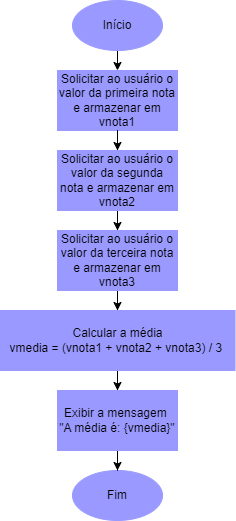
Yasminnovaisvieira/PBE-1DS-TB-ATIVIDADES keeps this draw.io diagram as Fuxogramas - 19_02_2025/Exercício 8 (OK).drawio.png. Above is the earlier version. Source tidied: cells renumbered, new cells last; positions are measured from the earlier drawing's top-left corner, leaving out a move shared by most shapes.
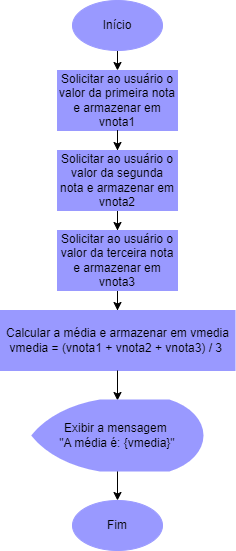
Above is the later version.

What changed in the source:
```diff
@@ -23,7 +23,7 @@
       <mxGeometry x="57" y="230" width="120" height="60" as="geometry" />
     </mxCell>
     <mxCell id="8" value="Fim" style="ellipse;whiteSpace=wrap;html=1;fillColor=#9999FF;strokeColor=light-dark(#9999FF,#FFFFFF);" parent="1" vertex="1">
-      <mxGeometry x="72" y="470" width="90" height="50" as="geometry" />
+      <mxGeometry x="72" y="500" width="90" height="50" as="geometry" />
     </mxCell>
     <mxCell id="9" style="edgeStyle=orthogonalEdgeStyle;rounded=0;jettySize=auto;html=1;" parent="1" edge="1" source="5" target="10">
       <mxGeometry relative="1" as="geometry" />
@@ -31,17 +31,17 @@
     <mxCell id="10" value="Solicitar ao usuário o valor da segunda nota e armazenar em vnota2" style="whiteSpace=wrap;html=1;fillColor=#9999FF;strokeColor=light-dark(#9999FF,#FFFFFF);" parent="1" vertex="1">
       <mxGeometry x="57" y="150" width="120" height="60" as="geometry" />
     </mxCell>
+    <mxCell id="12" value="Calcular a média e armazenar em vmedia&lt;div&gt;vmedia = (vnota1 + vnota2 + vnota3) / 3&amp;nbsp;&lt;/div&gt;" style="whiteSpace=wrap;html=1;fillColor=#9999FF;strokeColor=light-dark(#9999FF,#FFFFFF);" parent="1" vertex="1">
+      <mxGeometry x="-0.5" y="310" width="235" height="60" as="geometry" />
+    </mxCell>
     <mxCell id="11" style="edgeStyle=orthogonalEdgeStyle;rounded=0;jettySize=auto;html=1;" parent="1" edge="1" source="12" target="14">
       <mxGeometry relative="1" as="geometry" />
     </mxCell>
-    <mxCell id="12" value="Calcular a média&lt;div&gt;vmedia = (vnota1 + vnota2 + vnota3) / 3&amp;nbsp;&lt;/div&gt;" style="whiteSpace=wrap;html=1;fillColor=#9999FF;strokeColor=light-dark(#9999FF,#FFFFFF);" parent="1" vertex="1">
-      <mxGeometry x="-0.5" y="310" width="235" height="60" as="geometry" />
-    </mxCell>
     <mxCell id="13" style="edgeStyle=orthogonalEdgeStyle;rounded=0;jettySize=auto;html=1;" parent="1" edge="1" source="14" target="8">
       <mxGeometry relative="1" as="geometry" />
     </mxCell>
-    <mxCell id="14" value="Exibir a mensagem&amp;nbsp;&lt;div&gt;&quot;A média é: {vmedia}&quot;&lt;/div&gt;" style="whiteSpace=wrap;html=1;fillColor=#9999FF;strokeColor=light-dark(#9999FF,#FFFFFF);" parent="1" vertex="1">
-      <mxGeometry x="57" y="390" width="120" height="60" as="geometry" />
+    <mxCell id="14" value="Exibir a mensagem&amp;nbsp;&lt;div&gt;&quot;A média é: {vmedia}&quot;&lt;/div&gt;" style="strokeWidth=2;html=1;shape=mxgraph.flowchart.display;whiteSpace=wrap;strokeColor=light-dark(#9999FF,#000000);fillColor=light-dark(#9999FF,#000000);" parent="1" vertex="1">
+      <mxGeometry x="32" y="400" width="170" height="70" as="geometry" />
     </mxCell>
   </root>
 </mxGraphModel>
```
